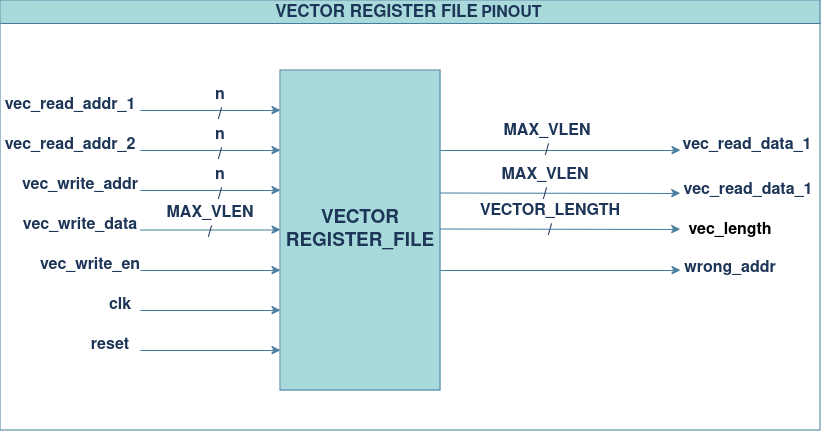
Earlier version of the draw.io export docs/regfile_docs/vec_regfile_pinout.drawio.png (Fazail333/Vector-Co-processor). Source tidied: cells renumbered, new cells last; positions are measured from the earlier drawing's top-left corner, leaving out a move shared by most shapes. Source of this version:
```xml
<mxGraphModel>
  <root>
    <mxCell id="0" />
    <mxCell id="1" parent="0" />
    <mxCell id="2" value="&lt;b&gt;&lt;font style=&quot;font-size: 19px;&quot;&gt;VECTOR REGISTER_FILE&lt;/font&gt;&lt;/b&gt;" style="rounded=0;whiteSpace=wrap;html=1;labelBackgroundColor=none;fillColor=#A8DADC;strokeColor=#457B9D;fontColor=#1D3557;" parent="1" vertex="1">
      <mxGeometry x="280" y="70" width="160" height="320" as="geometry" />
    </mxCell>
    <mxCell id="3" style="endArrow=classic;html=1;rounded=0;labelBackgroundColor=none;strokeColor=#457B9D;fontColor=default;" parent="1" edge="1">
      <mxGeometry relative="1" as="geometry">
        <mxPoint x="140" y="110" as="sourcePoint" />
        <mxPoint x="280" y="110" as="targetPoint" />
      </mxGeometry>
    </mxCell>
    <mxCell id="4" style="endArrow=classic;html=1;rounded=0;labelBackgroundColor=none;strokeColor=#457B9D;fontColor=default;" parent="1" edge="1">
      <mxGeometry relative="1" as="geometry">
        <mxPoint x="140" y="150" as="sourcePoint" />
        <mxPoint x="280" y="150" as="targetPoint" />
      </mxGeometry>
    </mxCell>
    <mxCell id="5" style="endArrow=classic;html=1;rounded=0;labelBackgroundColor=none;strokeColor=#457B9D;fontColor=default;" parent="1" edge="1">
      <mxGeometry relative="1" as="geometry">
        <mxPoint x="440" y="150" as="sourcePoint" />
        <mxPoint x="680" y="150" as="targetPoint" />
      </mxGeometry>
    </mxCell>
    <mxCell id="6" style="endArrow=classic;html=1;rounded=0;labelBackgroundColor=none;strokeColor=#457B9D;fontColor=default;" parent="1" edge="1">
      <mxGeometry relative="1" as="geometry">
        <mxPoint x="440" y="192.5" as="sourcePoint" />
        <mxPoint x="680" y="193" as="targetPoint" />
      </mxGeometry>
    </mxCell>
    <mxCell id="7" style="endArrow=classic;html=1;rounded=0;labelBackgroundColor=none;strokeColor=#457B9D;fontColor=default;" parent="1" edge="1">
      <mxGeometry relative="1" as="geometry">
        <mxPoint x="140" y="190" as="sourcePoint" />
        <mxPoint x="280" y="190" as="targetPoint" />
      </mxGeometry>
    </mxCell>
    <mxCell id="8" style="endArrow=classic;html=1;rounded=0;labelBackgroundColor=none;strokeColor=#457B9D;fontColor=default;" parent="1" edge="1">
      <mxGeometry relative="1" as="geometry">
        <mxPoint x="140" y="310" as="sourcePoint" />
        <mxPoint x="280" y="310" as="targetPoint" />
      </mxGeometry>
    </mxCell>
    <mxCell id="9" style="endArrow=classic;html=1;rounded=0;labelBackgroundColor=none;strokeColor=#457B9D;fontColor=default;" parent="1" edge="1">
      <mxGeometry relative="1" as="geometry">
        <mxPoint x="140" y="350" as="sourcePoint" />
        <mxPoint x="280" y="350" as="targetPoint" />
      </mxGeometry>
    </mxCell>
    <mxCell id="10" style="endArrow=classic;html=1;rounded=0;labelBackgroundColor=none;strokeColor=#457B9D;fontColor=default;" parent="1" edge="1">
      <mxGeometry relative="1" as="geometry">
        <mxPoint x="140" y="229.5" as="sourcePoint" />
        <mxPoint x="280" y="229.5" as="targetPoint" />
      </mxGeometry>
    </mxCell>
    <mxCell id="11" style="endArrow=classic;html=1;rounded=0;labelBackgroundColor=none;strokeColor=#457B9D;fontColor=default;" parent="1" edge="1">
      <mxGeometry relative="1" as="geometry">
        <mxPoint x="140" y="270" as="sourcePoint" />
        <mxPoint x="280" y="270" as="targetPoint" />
      </mxGeometry>
    </mxCell>
    <mxCell id="12" value="&lt;font size=&quot;1&quot;&gt;&lt;b&gt;&lt;font style=&quot;font-size: 16px;&quot;&gt;vec_read_addr_1&lt;/font&gt;&lt;/b&gt;&lt;/font&gt;" style="text;html=1;align=center;verticalAlign=middle;whiteSpace=wrap;rounded=0;labelBackgroundColor=none;fontColor=#1D3557;" parent="1" vertex="1">
      <mxGeometry x="40" y="90" width="60" height="30" as="geometry" />
    </mxCell>
    <mxCell id="13" value="&lt;font size=&quot;1&quot;&gt;&lt;b&gt;&lt;font style=&quot;font-size: 16px;&quot;&gt;vec_read_addr_2&lt;/font&gt;&lt;/b&gt;&lt;/font&gt;" style="text;html=1;align=center;verticalAlign=middle;whiteSpace=wrap;rounded=0;labelBackgroundColor=none;fontColor=#1D3557;" parent="1" vertex="1">
      <mxGeometry x="40" y="130" width="60" height="30" as="geometry" />
    </mxCell>
    <mxCell id="14" value="&lt;font size=&quot;1&quot;&gt;&lt;b&gt;&lt;font style=&quot;font-size: 16px;&quot;&gt;vec_write_addr&lt;/font&gt;&lt;/b&gt;&lt;/font&gt;" style="text;html=1;align=center;verticalAlign=middle;whiteSpace=wrap;rounded=0;labelBackgroundColor=none;fontColor=#1D3557;" parent="1" vertex="1">
      <mxGeometry x="50" y="170" width="60" height="30" as="geometry" />
    </mxCell>
    <mxCell id="15" value="&lt;font size=&quot;1&quot;&gt;&lt;b&gt;&lt;font style=&quot;font-size: 16px;&quot;&gt;vec_write_data&lt;/font&gt;&lt;/b&gt;&lt;/font&gt;" style="text;html=1;align=center;verticalAlign=middle;whiteSpace=wrap;rounded=0;labelBackgroundColor=none;fontColor=#1D3557;" parent="1" vertex="1">
      <mxGeometry x="50" y="210" width="60" height="30" as="geometry" />
    </mxCell>
    <mxCell id="16" value="&lt;font size=&quot;1&quot;&gt;&lt;b&gt;&lt;font style=&quot;font-size: 16px;&quot;&gt;vec_read_data_1&lt;/font&gt;&lt;/b&gt;&lt;/font&gt;" style="text;html=1;align=center;verticalAlign=middle;whiteSpace=wrap;rounded=0;labelBackgroundColor=none;fontColor=#1D3557;" parent="1" vertex="1">
      <mxGeometry x="717" y="130" width="60" height="30" as="geometry" />
    </mxCell>
    <mxCell id="17" value="&lt;font size=&quot;1&quot;&gt;&lt;b&gt;&lt;font style=&quot;font-size: 16px;&quot;&gt;vec_read_data_1&lt;/font&gt;&lt;/b&gt;&lt;/font&gt;" style="text;html=1;align=center;verticalAlign=middle;whiteSpace=wrap;rounded=0;labelBackgroundColor=none;fontColor=#1D3557;" parent="1" vertex="1">
      <mxGeometry x="718" y="175" width="60" height="30" as="geometry" />
    </mxCell>
    <mxCell id="18" value="&lt;font size=&quot;1&quot;&gt;&lt;b&gt;&lt;font style=&quot;font-size: 16px;&quot;&gt;vec_write_en&lt;/font&gt;&lt;/b&gt;&lt;/font&gt;" style="text;html=1;align=center;verticalAlign=middle;whiteSpace=wrap;rounded=0;labelBackgroundColor=none;fontColor=#1D3557;" parent="1" vertex="1">
      <mxGeometry x="60" y="250" width="60" height="30" as="geometry" />
    </mxCell>
    <mxCell id="19" value="&lt;font size=&quot;1&quot;&gt;&lt;b&gt;&lt;font style=&quot;font-size: 16px;&quot;&gt;clk&lt;/font&gt;&lt;/b&gt;&lt;/font&gt;" style="text;html=1;align=center;verticalAlign=middle;whiteSpace=wrap;rounded=0;labelBackgroundColor=none;fontColor=#1D3557;" parent="1" vertex="1">
      <mxGeometry x="90" y="290" width="60" height="30" as="geometry" />
    </mxCell>
    <mxCell id="20" value="&lt;font size=&quot;1&quot;&gt;&lt;b&gt;&lt;font style=&quot;font-size: 16px;&quot;&gt;reset&lt;/font&gt;&lt;/b&gt;&lt;/font&gt;" style="text;html=1;align=center;verticalAlign=middle;whiteSpace=wrap;rounded=0;labelBackgroundColor=none;fontColor=#1D3557;" parent="1" vertex="1">
      <mxGeometry x="80" y="330" width="60" height="30" as="geometry" />
    </mxCell>
    <mxCell id="21" value="&lt;font style=&quot;font-size: 17px;&quot;&gt;VECTOR REGISTER FILE&lt;/font&gt; &lt;font style=&quot;font-size: 16px;&quot;&gt;PINOUT&lt;/font&gt;&amp;nbsp; " style="swimlane;whiteSpace=wrap;html=1;labelBackgroundColor=none;fillColor=#A8DADC;strokeColor=#457B9D;fontColor=#1D3557;" parent="1" vertex="1">
      <mxGeometry width="820" height="430" as="geometry" />
    </mxCell>
    <mxCell id="22" value="&lt;div style=&quot;font-size: 16px;&quot;&gt;&lt;font style=&quot;font-size: 16px;&quot;&gt;&lt;b&gt;n&lt;br&gt;&lt;/b&gt;&lt;/font&gt;&lt;/div&gt;&lt;div style=&quot;font-size: 16px;&quot;&gt;&lt;font style=&quot;font-size: 16px;&quot;&gt;&lt;b&gt;/&lt;/b&gt;&lt;/font&gt;&lt;/div&gt;" style="text;html=1;align=center;verticalAlign=middle;whiteSpace=wrap;rounded=0;fontColor=#1D3557;labelBackgroundColor=none;" parent="1" vertex="1">
      <mxGeometry x="190" y="90" width="60" height="30" as="geometry" />
    </mxCell>
    <mxCell id="23" value="&lt;div style=&quot;font-size: 16px;&quot;&gt;&lt;font style=&quot;font-size: 16px;&quot;&gt;&lt;b&gt;n&lt;br&gt;&lt;/b&gt;&lt;/font&gt;&lt;/div&gt;&lt;div style=&quot;font-size: 16px;&quot;&gt;&lt;font style=&quot;font-size: 16px;&quot;&gt;&lt;b&gt;/&lt;/b&gt;&lt;/font&gt;&lt;/div&gt;" style="text;html=1;align=center;verticalAlign=middle;whiteSpace=wrap;rounded=0;fontColor=#1D3557;labelBackgroundColor=none;" parent="1" vertex="1">
      <mxGeometry x="190" y="130" width="60" height="30" as="geometry" />
    </mxCell>
    <mxCell id="24" value="&lt;div style=&quot;font-size: 16px;&quot;&gt;&lt;font style=&quot;font-size: 16px;&quot;&gt;&lt;b&gt;n&lt;br&gt;&lt;/b&gt;&lt;/font&gt;&lt;/div&gt;&lt;div style=&quot;font-size: 16px;&quot;&gt;&lt;font style=&quot;font-size: 16px;&quot;&gt;&lt;b&gt;/&lt;/b&gt;&lt;/font&gt;&lt;/div&gt;" style="text;html=1;align=center;verticalAlign=middle;whiteSpace=wrap;rounded=0;fontColor=#1D3557;labelBackgroundColor=none;" parent="1" vertex="1">
      <mxGeometry x="190" y="170" width="60" height="30" as="geometry" />
    </mxCell>
    <mxCell id="25" value="&lt;div style=&quot;font-size: 16px;&quot;&gt;&lt;font style=&quot;font-size: 16px;&quot;&gt;&lt;b&gt;VECTOR_LENGTH&lt;br&gt;&lt;/b&gt;&lt;/font&gt;&lt;/div&gt;&lt;div style=&quot;font-size: 16px;&quot;&gt;&lt;font style=&quot;font-size: 16px;&quot;&gt;&lt;b&gt;/&lt;/b&gt;&lt;/font&gt;&lt;/div&gt;" style="text;html=1;align=center;verticalAlign=middle;whiteSpace=wrap;rounded=0;labelBackgroundColor=none;fontColor=#1D3557;" parent="1" vertex="1">
      <mxGeometry x="525" y="208" width="50" height="26" as="geometry" />
    </mxCell>
    <mxCell id="26" style="endArrow=classic;html=1;rounded=0;labelBackgroundColor=none;strokeColor=#457B9D;fontColor=default;" parent="1" edge="1">
      <mxGeometry relative="1" as="geometry">
        <mxPoint x="440" y="270" as="sourcePoint" />
        <mxPoint x="680" y="270" as="targetPoint" />
      </mxGeometry>
    </mxCell>
    <mxCell id="27" value="&lt;font size=&quot;1&quot;&gt;&lt;b&gt;&lt;font style=&quot;font-size: 16px;&quot;&gt;wrong_addr&lt;/font&gt;&lt;/b&gt;&lt;/font&gt;" style="text;html=1;align=center;verticalAlign=middle;whiteSpace=wrap;rounded=0;labelBackgroundColor=none;fontColor=#1D3557;" parent="1" vertex="1">
      <mxGeometry x="700" y="253" width="60" height="30" as="geometry" />
    </mxCell>
    <mxCell id="28" style="endArrow=classic;html=1;rounded=0;labelBackgroundColor=none;strokeColor=#457B9D;fontColor=default;" parent="1" edge="1">
      <mxGeometry relative="1" as="geometry">
        <mxPoint x="440" y="228.5" as="sourcePoint" />
        <mxPoint x="680" y="229" as="targetPoint" />
      </mxGeometry>
    </mxCell>
    <mxCell id="29" value="&lt;div style=&quot;font-size: 16px;&quot;&gt;&lt;font style=&quot;font-size: 16px;&quot;&gt;&lt;b&gt;MAX_VLEN&lt;br&gt;&lt;/b&gt;&lt;/font&gt;&lt;/div&gt;&lt;div style=&quot;font-size: 16px;&quot;&gt;&lt;font style=&quot;font-size: 16px;&quot;&gt;&lt;b&gt;/&lt;/b&gt;&lt;/font&gt;&lt;/div&gt;" style="text;html=1;align=center;verticalAlign=middle;whiteSpace=wrap;rounded=0;labelBackgroundColor=none;fontColor=#1D3557;" parent="1" vertex="1">
      <mxGeometry x="517" y="126" width="60" height="30" as="geometry" />
    </mxCell>
    <mxCell id="30" value="&lt;div style=&quot;font-size: 16px;&quot;&gt;&lt;font style=&quot;font-size: 16px;&quot;&gt;&lt;b&gt;MAX_VLEN&lt;br&gt;&lt;/b&gt;&lt;/font&gt;&lt;/div&gt;&lt;div style=&quot;font-size: 16px;&quot;&gt;&lt;font style=&quot;font-size: 16px;&quot;&gt;&lt;b&gt;/&lt;/b&gt;&lt;/font&gt;&lt;/div&gt;" style="text;html=1;align=center;verticalAlign=middle;whiteSpace=wrap;rounded=0;labelBackgroundColor=none;fontColor=#1D3557;" parent="1" vertex="1">
      <mxGeometry x="515" y="170" width="60" height="30" as="geometry" />
    </mxCell>
    <mxCell id="31" value="&lt;div style=&quot;font-size: 16px;&quot;&gt;&lt;font style=&quot;font-size: 16px;&quot;&gt;&lt;b&gt;MAX_VLEN&lt;br&gt;&lt;/b&gt;&lt;/font&gt;&lt;/div&gt;&lt;div style=&quot;font-size: 16px;&quot;&gt;&lt;font style=&quot;font-size: 16px;&quot;&gt;&lt;b&gt;/&lt;/b&gt;&lt;/font&gt;&lt;/div&gt;" style="text;html=1;align=center;verticalAlign=middle;whiteSpace=wrap;rounded=0;labelBackgroundColor=none;fontColor=#1D3557;" parent="1" vertex="1">
      <mxGeometry x="180" y="208" width="60" height="30" as="geometry" />
    </mxCell>
    <mxCell id="32" value="&lt;font size=&quot;1&quot;&gt;&lt;b&gt;&lt;font style=&quot;font-size: 16px;&quot;&gt;vec_length&lt;/font&gt;&lt;/b&gt;&lt;/font&gt;" style="text;html=1;align=center;verticalAlign=middle;whiteSpace=wrap;rounded=0;labelBackgroundColor=none;" parent="1" vertex="1">
      <mxGeometry x="700" y="215" width="60" height="30" as="geometry" />
    </mxCell>
  </root>
</mxGraphModel>
```
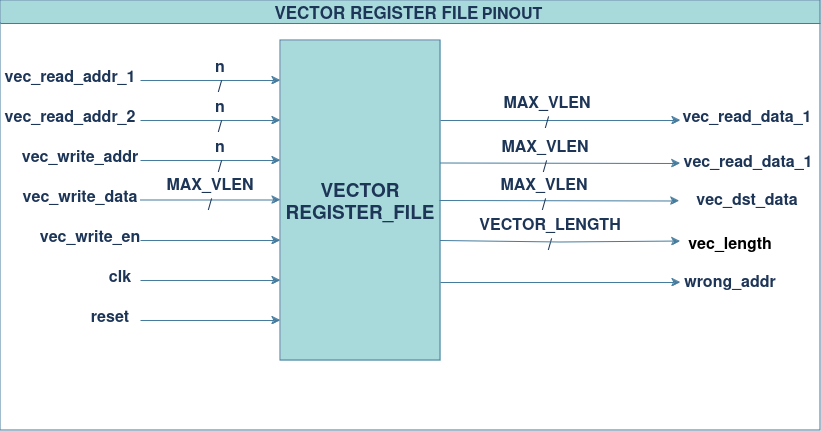
Above is the later version.

Commit message:
Updated the regfile pinout for dst_data Closes #4

The edit, as a diff of the source:
```diff
@@ -87,7 +87,7 @@
       <mxGeometry x="80" y="330" width="60" height="30" as="geometry" />
     </mxCell>
     <mxCell id="21" value="&lt;font style=&quot;font-size: 17px;&quot;&gt;VECTOR REGISTER FILE&lt;/font&gt; &lt;font style=&quot;font-size: 16px;&quot;&gt;PINOUT&lt;/font&gt;&amp;nbsp; " style="swimlane;whiteSpace=wrap;html=1;labelBackgroundColor=none;fillColor=#A8DADC;strokeColor=#457B9D;fontColor=#1D3557;" parent="1" vertex="1">
-      <mxGeometry width="820" height="430" as="geometry" />
+      <mxGeometry y="30" width="820" height="430" as="geometry" />
     </mxCell>
     <mxCell id="22" value="&lt;div style=&quot;font-size: 16px;&quot;&gt;&lt;font style=&quot;font-size: 16px;&quot;&gt;&lt;b&gt;n&lt;br&gt;&lt;/b&gt;&lt;/font&gt;&lt;/div&gt;&lt;div style=&quot;font-size: 16px;&quot;&gt;&lt;font style=&quot;font-size: 16px;&quot;&gt;&lt;b&gt;/&lt;/b&gt;&lt;/font&gt;&lt;/div&gt;" style="text;html=1;align=center;verticalAlign=middle;whiteSpace=wrap;rounded=0;fontColor=#1D3557;labelBackgroundColor=none;" parent="1" vertex="1">
       <mxGeometry x="190" y="90" width="60" height="30" as="geometry" />
@@ -99,21 +99,24 @@
       <mxGeometry x="190" y="170" width="60" height="30" as="geometry" />
     </mxCell>
     <mxCell id="25" value="&lt;div style=&quot;font-size: 16px;&quot;&gt;&lt;font style=&quot;font-size: 16px;&quot;&gt;&lt;b&gt;VECTOR_LENGTH&lt;br&gt;&lt;/b&gt;&lt;/font&gt;&lt;/div&gt;&lt;div style=&quot;font-size: 16px;&quot;&gt;&lt;font style=&quot;font-size: 16px;&quot;&gt;&lt;b&gt;/&lt;/b&gt;&lt;/font&gt;&lt;/div&gt;" style="text;html=1;align=center;verticalAlign=middle;whiteSpace=wrap;rounded=0;labelBackgroundColor=none;fontColor=#1D3557;" parent="1" vertex="1">
-      <mxGeometry x="525" y="208" width="50" height="26" as="geometry" />
+      <mxGeometry x="525" y="250" width="50" height="26" as="geometry" />
     </mxCell>
     <mxCell id="26" style="endArrow=classic;html=1;rounded=0;labelBackgroundColor=none;strokeColor=#457B9D;fontColor=default;" parent="1" edge="1">
       <mxGeometry relative="1" as="geometry">
-        <mxPoint x="440" y="270" as="sourcePoint" />
-        <mxPoint x="680" y="270" as="targetPoint" />
+        <mxPoint x="440" y="312" as="sourcePoint" />
+        <mxPoint x="680" y="312" as="targetPoint" />
       </mxGeometry>
     </mxCell>
     <mxCell id="27" value="&lt;font size=&quot;1&quot;&gt;&lt;b&gt;&lt;font style=&quot;font-size: 16px;&quot;&gt;wrong_addr&lt;/font&gt;&lt;/b&gt;&lt;/font&gt;" style="text;html=1;align=center;verticalAlign=middle;whiteSpace=wrap;rounded=0;labelBackgroundColor=none;fontColor=#1D3557;" parent="1" vertex="1">
-      <mxGeometry x="700" y="253" width="60" height="30" as="geometry" />
+      <mxGeometry x="700" y="295" width="60" height="30" as="geometry" />
     </mxCell>
     <mxCell id="28" style="endArrow=classic;html=1;rounded=0;labelBackgroundColor=none;strokeColor=#457B9D;fontColor=default;" parent="1" edge="1">
       <mxGeometry relative="1" as="geometry">
-        <mxPoint x="440" y="228.5" as="sourcePoint" />
-        <mxPoint x="680" y="229" as="targetPoint" />
+        <mxPoint x="440" y="270.5" as="sourcePoint" />
+        <mxPoint x="680" y="271" as="targetPoint" />
+        <Array as="points">
+          <mxPoint x="560" y="272" />
+        </Array>
       </mxGeometry>
     </mxCell>
     <mxCell id="29" value="&lt;div style=&quot;font-size: 16px;&quot;&gt;&lt;font style=&quot;font-size: 16px;&quot;&gt;&lt;b&gt;MAX_VLEN&lt;br&gt;&lt;/b&gt;&lt;/font&gt;&lt;/div&gt;&lt;div style=&quot;font-size: 16px;&quot;&gt;&lt;font style=&quot;font-size: 16px;&quot;&gt;&lt;b&gt;/&lt;/b&gt;&lt;/font&gt;&lt;/div&gt;" style="text;html=1;align=center;verticalAlign=middle;whiteSpace=wrap;rounded=0;labelBackgroundColor=none;fontColor=#1D3557;" parent="1" vertex="1">
@@ -126,7 +129,19 @@
       <mxGeometry x="180" y="208" width="60" height="30" as="geometry" />
     </mxCell>
     <mxCell id="32" value="&lt;font size=&quot;1&quot;&gt;&lt;b&gt;&lt;font style=&quot;font-size: 16px;&quot;&gt;vec_length&lt;/font&gt;&lt;/b&gt;&lt;/font&gt;" style="text;html=1;align=center;verticalAlign=middle;whiteSpace=wrap;rounded=0;labelBackgroundColor=none;" parent="1" vertex="1">
-      <mxGeometry x="700" y="215" width="60" height="30" as="geometry" />
+      <mxGeometry x="700" y="257" width="60" height="30" as="geometry" />
     </mxCell>
+    <mxCell id="33" style="endArrow=classic;html=1;rounded=0;labelBackgroundColor=none;strokeColor=#457B9D;fontColor=default;" parent="1" edge="1">
+      <mxGeometry relative="1" as="geometry">
+        <mxPoint x="439" y="230" as="sourcePoint" />
+        <mxPoint x="679" y="230.5" as="targetPoint" />
+      </mxGeometry>
+    </mxCell>
+    <mxCell id="34" value="&lt;font size=&quot;1&quot;&gt;&lt;b&gt;&lt;font style=&quot;font-size: 16px;&quot;&gt;vec_dst_data&lt;/font&gt;&lt;/b&gt;&lt;/font&gt;" style="text;html=1;align=center;verticalAlign=middle;whiteSpace=wrap;rounded=0;labelBackgroundColor=none;fontColor=#1D3557;" parent="1" vertex="1">
+      <mxGeometry x="717" y="212.5" width="60" height="30" as="geometry" />
+    </mxCell>
+    <mxCell id="35" value="&lt;div style=&quot;font-size: 16px;&quot;&gt;&lt;font style=&quot;font-size: 16px;&quot;&gt;&lt;b&gt;MAX_VLEN&lt;br&gt;&lt;/b&gt;&lt;/font&gt;&lt;/div&gt;&lt;div style=&quot;font-size: 16px;&quot;&gt;&lt;font style=&quot;font-size: 16px;&quot;&gt;&lt;b&gt;/&lt;/b&gt;&lt;/font&gt;&lt;/div&gt;" style="text;html=1;align=center;verticalAlign=middle;whiteSpace=wrap;rounded=0;labelBackgroundColor=none;fontColor=#1D3557;" parent="1" vertex="1">
+      <mxGeometry x="514" y="207.5" width="60" height="30" as="geometry" />
+    </mxCell>
   </root>
 </mxGraphModel>
```
